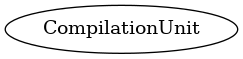
Above: src/AST.png in subodhkum20/compiler (Graphviz), before the change. Its source is kept beside it as src/ast.dot.
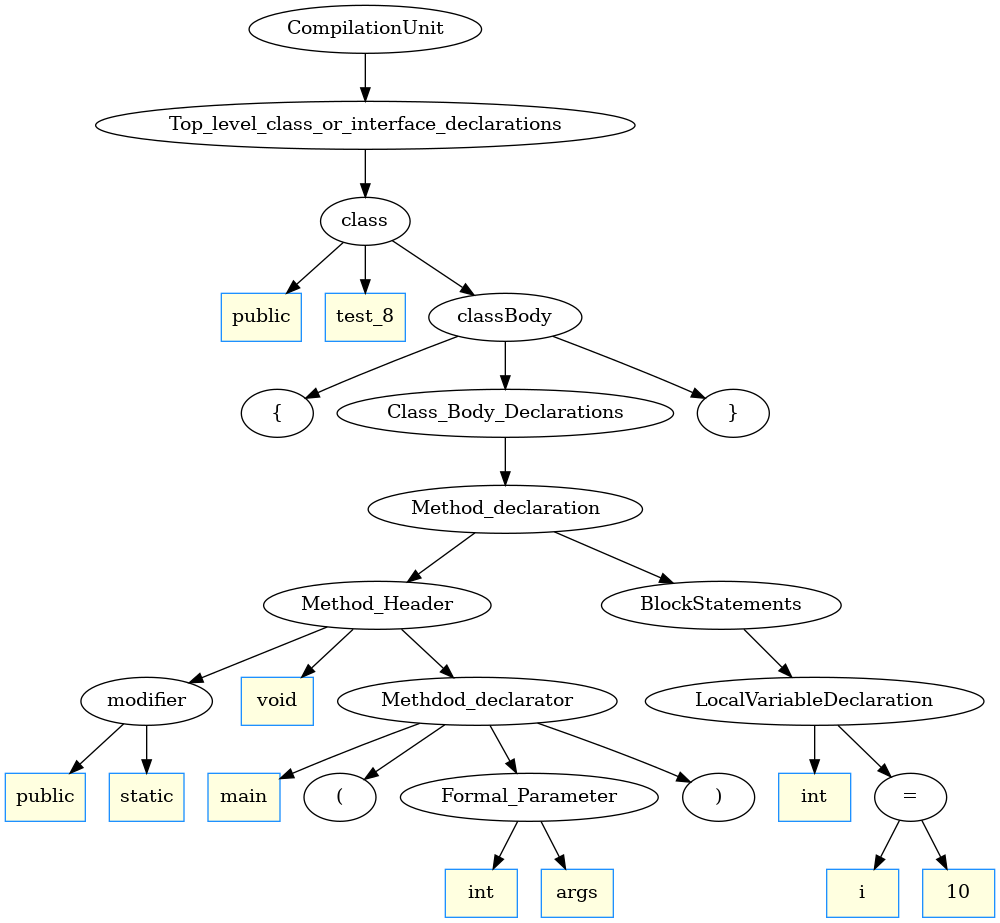
After the change.

The edit, as a diff of the source:
```diff
@@ -1,130 +1,82 @@
 digraph AST {
 	ordering=out;
 	1 [label="public" shape=box style=filled color="dodgerblue" fillcolor="lightyellow"];
-	2 [label="test" shape=box style=filled color="dodgerblue" fillcolor="lightyellow"];
-	3 [label="int" shape=box style=filled color="dodgerblue" fillcolor="lightyellow"];
-	4 [label="a" shape=box style=filled color="dodgerblue" fillcolor="lightyellow"];
-	5 [label="2" shape=box style=filled color="dodgerblue" fillcolor="lightyellow"];
-	6 [label="="];
-	6 -> 4;
-	6 -> 5;
-	8 [label=";"];
-	7 [label="Field_Declaration"];
-	7 -> 3;
-	7 -> 6;
-	7 -> 8;
-	9 [label="Class_Body_Declarations"];
-	9 -> 7;
-	10 [label="int" shape=box style=filled color="dodgerblue" fillcolor="lightyellow"];
-	11 [label="b" shape=box style=filled color="dodgerblue" fillcolor="lightyellow"];
-	12 [label="1" shape=box style=filled color="dodgerblue" fillcolor="lightyellow"];
-	13 [label="="];
-	13 -> 11;
-	13 -> 12;
-	15 [label=";"];
-	14 [label="Field_Declaration"];
-	14 -> 10;
-	14 -> 13;
-	14 -> 15;
-	16 [label="Class_Body_Declarations"];
-	16 -> 9;
-	16 -> 14;
-	17 [label="int" shape=box style=filled color="dodgerblue" fillcolor="lightyellow"];
-	18 [label="c" shape=box style=filled color="dodgerblue" fillcolor="lightyellow"];
-	20 [label="[ ]"];
-	19 [label="direct_declarator"];
+	2 [label="test_3" shape=box style=filled color="dodgerblue" fillcolor="lightyellow"];
+	3 [label="public" shape=box style=filled color="dodgerblue" fillcolor="lightyellow"];
+	4 [label="static" shape=box style=filled color="dodgerblue" fillcolor="lightyellow"];
+	5 [label="modifier"];
+	5 -> 3;
+	5 -> 4;
+	6 [label="int" shape=box style=filled color="dodgerblue" fillcolor="lightyellow"];
+	7 [label="sum" shape=box style=filled color="dodgerblue" fillcolor="lightyellow"];
+	8 [label="int" shape=box style=filled color="dodgerblue" fillcolor="lightyellow"];
+	9 [label="k" shape=box style=filled color="dodgerblue" fillcolor="lightyellow"];
+	10 [label="Formal_Parameter"];
+	10 -> 8;
+	10 -> 9;
+	12 [label="("];
+	13 [label=")"];
+	11 [label="Methdod_declarator"];
+	11 -> 7;
+	11 -> 12;
+	11 -> 10;
+	11 -> 13;
+	14 [label="Method_Header"];
+	14 -> 5;
+	14 -> 6;
+	14 -> 11;
+	15 [label="k" shape=box style=filled color="dodgerblue" fillcolor="lightyellow"];
+	16 [label="2" shape=box style=filled color="dodgerblue" fillcolor="lightyellow"];
+	17 [label="AdditiveExpression"];
+	17 -> 15;
+	17 -> 16;
+	18 [label="return" shape=box style=filled color="dodgerblue" fillcolor="lightyellow"];
+	20 [label=";"];
+	19 [label="ReturnStatement"];
 	19 -> 18;
+	19 -> 17;
 	19 -> 20;
-	22 [label="[ ]"];
-	21 [label="direct_declarator"];
+	21 [label="BlockStatements"];
 	21 -> 19;
-	21 -> 22;
-	24 [label=";"];
-	23 [label="Field_Declaration"];
-	23 -> 17;
-	23 -> 21;
-	23 -> 24;
-	25 [label="Class_Body_Declarations"];
-	25 -> 16;
-	25 -> 23;
-	26 [label="char" shape=box style=filled color="dodgerblue" fillcolor="lightyellow"];
-	27 [label="d" shape=box style=filled color="dodgerblue" fillcolor="lightyellow"];
-	28 [label="'1'" shape=box style=filled color="dodgerblue" fillcolor="lightyellow"];
-	29 [label="="];
-	29 -> 27;
-	29 -> 28;
-	31 [label=";"];
-	30 [label="Field_Declaration"];
-	30 -> 26;
-	30 -> 29;
-	30 -> 31;
-	32 [label="Class_Body_Declarations"];
-	32 -> 25;
-	32 -> 30;
-	33 [label="int" shape=box style=filled color="dodgerblue" fillcolor="lightyellow"];
-	34 [label="sum" shape=box style=filled color="dodgerblue" fillcolor="lightyellow"];
-	35 [label="int" shape=box style=filled color="dodgerblue" fillcolor="lightyellow"];
-	36 [label="a" shape=box style=filled color="dodgerblue" fillcolor="lightyellow"];
-	37 [label="Formal_Parameter"];
-	37 -> 35;
-	37 -> 36;
-	38 [label="int" shape=box style=filled color="dodgerblue" fillcolor="lightyellow"];
-	39 [label="b" shape=box style=filled color="dodgerblue" fillcolor="lightyellow"];
-	40 [label="Formal_Parameter"];
+	22 [label="Method_declaration"];
+	22 -> 14;
+	22 -> 21;
+	23 [label="Class_Body_Declarations"];
+	23 -> 22;
+	24 [label="public" shape=box style=filled color="dodgerblue" fillcolor="lightyellow"];
+	25 [label="static" shape=box style=filled color="dodgerblue" fillcolor="lightyellow"];
+	26 [label="modifier"];
+	26 -> 24;
+	26 -> 25;
+	27 [label="void" shape=box style=filled color="dodgerblue" fillcolor="lightyellow"];
+	28 [label="main" shape=box style=filled color="dodgerblue" fillcolor="lightyellow"];
+	29 [label="int" shape=box style=filled color="dodgerblue" fillcolor="lightyellow"];
+	30 [label="args" shape=box style=filled color="dodgerblue" fillcolor="lightyellow"];
+	31 [label="Formal_Parameter"];
+	31 -> 29;
+	31 -> 30;
+	33 [label="("];
+	34 [label=")"];
+	32 [label="Methdod_declarator"];
+	32 -> 28;
+	32 -> 33;
+	32 -> 31;
+	32 -> 34;
+	35 [label="Method_Header"];
+	35 -> 26;
+	35 -> 27;
+	35 -> 32;
+	36 [label="int" shape=box style=filled color="dodgerblue" fillcolor="lightyellow"];
+	37 [label="result" shape=box style=filled color="dodgerblue" fillcolor="lightyellow"];
+	38 [label="sum" shape=box style=filled color="dodgerblue" fillcolor="lightyellow"];
+	39 [label="10" shape=box style=filled color="dodgerblue" fillcolor="lightyellow"];
+	41 [label="("];
+	42 [label=")"];
+	40 [label="MethodInvocation"];
 	40 -> 38;
+	40 -> 41;
 	40 -> 39;
-	42 [label=","];
-	41 [label="Formal_Parameter_list"];
-	41 -> 37;
-	41 -> 42;
-	41 -> 40;
-	44 [label="("];
-	45 [label=")"];
-	43 [label="Methdod_declarator"];
-	43 -> 34;
-	43 -> 44;
-	43 -> 41;
-	43 -> 45;
-	46 [label="Method_Header"];
-	46 -> 33;
-	46 -> 43;
-	47 [label="int" shape=box style=filled color="dodgerblue" fillcolor="lightyellow"];
-	48 [label="c" shape=box style=filled color="dodgerblue" fillcolor="lightyellow"];
-	49 [label="0" shape=box style=filled color="dodgerblue" fillcolor="lightyellow"];
-	50 [label="="];
-	50 -> 48;
-	50 -> 49;
-	51 [label="LocalVariableDeclaration"];
-	51 -> 47;
-	51 -> 50;
-	52 [label="BlockStatements"];
-	52 -> 51;
-	53 [label="c" shape=box style=filled color="dodgerblue" fillcolor="lightyellow"];
-	54 [label="+=" shape=box style=filled color="dodgerblue" fillcolor="lightyellow"];
-	55 [label="a" shape=box style=filled color="dodgerblue" fillcolor="lightyellow"];
-	56 [label="b" shape=box style=filled color="dodgerblue" fillcolor="lightyellow"];
-	57 [label="AdditiveExpression"];
-	57 -> 55;
-	57 -> 56;
-	58 [label="+="];
-	58 -> 53;
-	58 -> 57;
-	59 [label="BlockStatements"];
-	59 -> 52;
-	59 -> 58;
-	60 [label="c" shape=box style=filled color="dodgerblue" fillcolor="lightyellow"];
-	61 [label="return" shape=box style=filled color="dodgerblue" fillcolor="lightyellow"];
-	63 [label=";"];
-	62 [label="ReturnStatement"];
-	62 -> 61;
-	62 -> 60;
-	62 -> 63;
-	64 [label="BlockStatements"];
-	64 -> 59;
-	64 -> 62;
-	65 [label="Method_declaration"];
-	65 -> 46;
-	65 -> 64;
-	66 [label="Class_Body_Declarations"];
-	66 -> 32;
-	66 -> 65;
+	40 -> 42;
+	43 [label="="];
+	43 -> 37;
+	43 -> 40;
```
